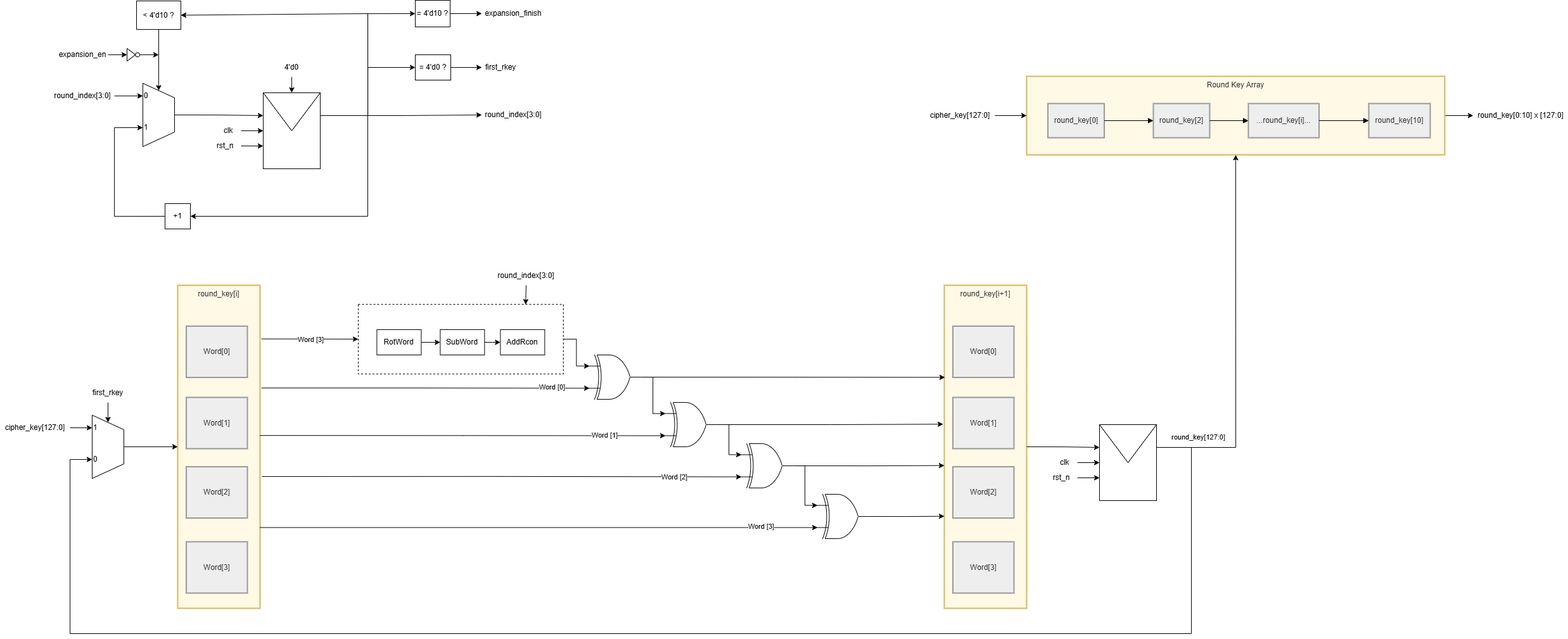
This is KeyExpansion/media/AESKeyExpansionLowDes.png from LQLManZz/AES128-Verilog, a draw.io export, as it was before one commit. Source tidied: cells renumbered, new cells last; positions are measured from the earlier drawing's top-left corner, leaving out a move shared by most shapes.
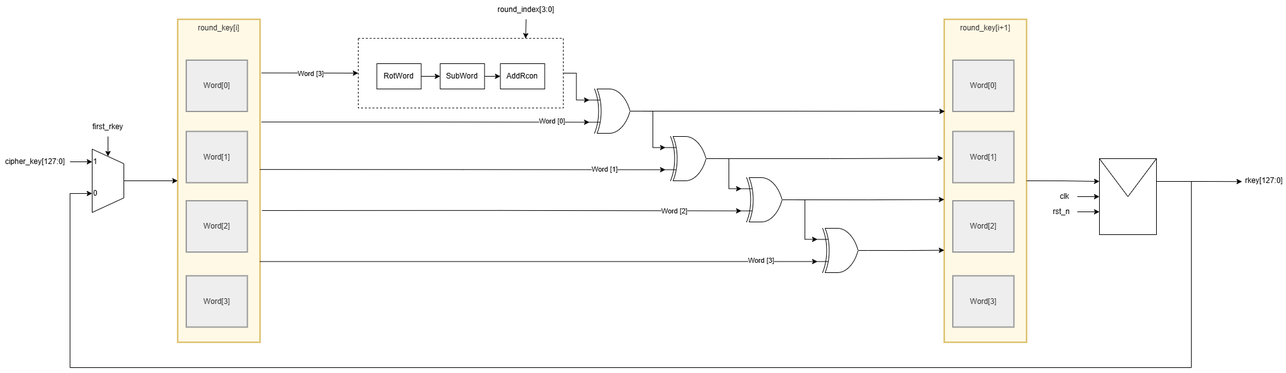
After the change.

Change to the diagram source:
```diff
@@ -2,39 +2,9 @@
   <root>
     <mxCell id="0" />
     <mxCell id="1" parent="0" />
-    <mxCell id="2" style="edgeStyle=orthogonalEdgeStyle;rounded=0;jettySize=auto;html=1;exitX=1;exitY=0.5;exitDx=0;exitDy=0;entryX=0;entryY=0.5;entryDx=0;entryDy=0;" parent="1" edge="1" source="3" target="12">
-      <mxGeometry relative="1" as="geometry" />
-    </mxCell>
-    <mxCell id="3" value="Round Key Array" style="whiteSpace=wrap;strokeWidth=2;verticalAlign=top;fillColor=#fff9e6;strokeColor=#d6b656;fontColor=light-dark(#333333,#cccccc);" parent="1" vertex="1">
-      <mxGeometry x="1620" y="120" width="660" height="124" as="geometry" />
-    </mxCell>
-    <mxCell id="4" value="round_key[0]" style="whiteSpace=wrap;strokeWidth=2;fillColor=light-dark(#eeeeee,#1f2020);strokeColor=light-dark(#999999,#cccccc);fontColor=light-dark(#333333,#cccccc);" parent="3" vertex="1">
-      <mxGeometry x="33.5" y="43" width="89" height="54" as="geometry" />
-    </mxCell>
-    <mxCell id="5" value="round_key[2]" style="whiteSpace=wrap;strokeWidth=2;fillColor=light-dark(#eeeeee,#1f2020);strokeColor=light-dark(#999999,#cccccc);fontColor=light-dark(#333333,#cccccc);" parent="3" vertex="1">
-      <mxGeometry x="200" y="43" width="89" height="54" as="geometry" />
-    </mxCell>
-    <mxCell id="6" value="...round_key[i]..." style="whiteSpace=wrap;strokeWidth=2;fillColor=light-dark(#eeeeee,#1f2020);strokeColor=light-dark(#999999,#cccccc);fontColor=light-dark(#333333,#cccccc);" parent="3" vertex="1">
-      <mxGeometry x="350" y="43" width="111.6" height="54" as="geometry" />
-    </mxCell>
-    <mxCell id="7" value="round_key[10]" style="whiteSpace=wrap;strokeWidth=2;fillColor=light-dark(#eeeeee,#1f2020);strokeColor=light-dark(#999999,#cccccc);fontColor=light-dark(#333333,#cccccc);" parent="3" vertex="1">
-      <mxGeometry x="540" y="43" width="97" height="54" as="geometry" />
-    </mxCell>
-    <mxCell id="8" style="curved=1;startArrow=none;endArrow=block;exitX=0.99;exitY=0.5;entryX=0;entryY=0.5;rounded=0;" parent="3" edge="1" source="4" target="5">
-      <mxGeometry relative="1" as="geometry" />
-    </mxCell>
-    <mxCell id="9" style="curved=1;startArrow=none;endArrow=block;exitX=1;exitY=0.5;entryX=0;entryY=0.5;rounded=0;" parent="3" edge="1" source="5" target="6">
-      <mxGeometry relative="1" as="geometry" />
-    </mxCell>
-    <mxCell id="10" style="curved=1;startArrow=none;endArrow=block;exitX=1;exitY=0.5;entryX=0;entryY=0.5;rounded=0;" parent="3" edge="1" source="6" target="7">
-      <mxGeometry relative="1" as="geometry" />
-    </mxCell>
     <mxCell id="11" style="verticalLabelPosition=bottom;shadow=0;dashed=0;align=center;html=1;verticalAlign=top;shape=mxgraph.electrical.logic_gates.logic_gate;operation=xor;" parent="1" vertex="1">
       <mxGeometry x="1050" y="635" width="80" height="70" as="geometry" />
     </mxCell>
-    <mxCell id="12" value="round_key[0:10] x [127:0]" style="text;html=1;whiteSpace=wrap;strokeColor=none;fillColor=none;align=center;verticalAlign=middle;rounded=0;" parent="1" vertex="1">
-      <mxGeometry x="2325" y="167" width="150" height="30" as="geometry" />
-    </mxCell>
     <mxCell id="13" style="verticalLabelPosition=bottom;shadow=0;dashed=0;align=center;html=1;verticalAlign=top;shape=mxgraph.electrical.logic_gates.logic_gate;operation=xor;" parent="1" vertex="1">
       <mxGeometry x="930" y="560" width="80" height="70" as="geometry" />
     </mxCell>
@@ -101,6 +71,11 @@
     <mxCell id="34" style="group;" parent="1" vertex="1">
       <mxGeometry x="1650" y="670" width="175" height="120" as="geometry" />
     </mxCell>
+    <mxCell id="113" style="edgeStyle=orthogonalEdgeStyle;rounded=0;jettySize=auto;html=1;exitX=1;exitY=0.3;exitDx=0;exitDy=0;" parent="34" edge="1" source="35">
+      <mxGeometry relative="1" as="geometry">
+        <mxPoint x="310" y="36.3" as="targetPoint" />
+      </mxGeometry>
+    </mxCell>
     <mxCell id="35" style="shape=message;html=1;html=1;outlineConnect=0;labelPosition=center;verticalLabelPosition=bottom;align=center;verticalAlign=top;" parent="34" vertex="1">
       <mxGeometry x="85" width="90" height="120" as="geometry" />
     </mxCell>
@@ -119,14 +94,6 @@
     <mxCell id="40" style="edgeStyle=orthogonalEdgeStyle;rounded=0;jettySize=auto;html=1;exitX=1;exitY=0.5;exitDx=0;exitDy=0;entryX=0;entryY=0.3;entryDx=0;entryDy=0;" parent="1" edge="1" source="29" target="35">
       <mxGeometry relative="1" as="geometry" />
     </mxCell>
-    <mxCell id="41" style="edgeStyle=orthogonalEdgeStyle;rounded=0;jettySize=auto;html=1;exitX=1;exitY=0.3;exitDx=0;exitDy=0;entryX=0.5;entryY=1;entryDx=0;entryDy=0;" parent="1" edge="1" source="35" target="3">
-      <mxGeometry relative="1" as="geometry" />
-    </mxCell>
-    <mxCell id="42" value="round_key[127:0]" style="edgeLabel;html=1;align=center;verticalAlign=middle;" parent="41" vertex="1">
-      <mxGeometry x="0.35" y="-1" relative="1" as="geometry">
-        <mxPoint x="-61" y="254" as="offset" />
-      </mxGeometry>
-    </mxCell>
     <mxCell id="43" style="group;" parent="1" vertex="1">
       <mxGeometry x="280" y="450" width="130" height="510" as="geometry" />
     </mxCell>
@@ -206,18 +173,6 @@
         </Array>
       </mxGeometry>
     </mxCell>
-    <mxCell id="65" style="edgeStyle=orthogonalEdgeStyle;rounded=0;jettySize=auto;html=1;exitX=1;exitY=0.5;exitDx=0;exitDy=0;entryX=0;entryY=0.5;entryDx=0;entryDy=0;" parent="1" edge="1" source="66" target="3">
-      <mxGeometry relative="1" as="geometry" />
-    </mxCell>
-    <mxCell id="66" value="cipher_key[127:0]" style="text;html=1;whiteSpace=wrap;strokeColor=none;fillColor=none;align=center;verticalAlign=middle;rounded=0;" parent="1" vertex="1">
-      <mxGeometry x="1460" y="167" width="110" height="30" as="geometry" />
-    </mxCell>
-    <mxCell id="67" style="edgeStyle=orthogonalEdgeStyle;rounded=0;jettySize=auto;html=1;exitX=1;exitY=0.5;exitDx=0;exitDy=0;entryX=0;entryY=0.5;entryDx=0;entryDy=0;" parent="1" edge="1" source="68" target="83">
-      <mxGeometry relative="1" as="geometry" />
-    </mxCell>
-    <mxCell id="68" value="round_index[3:0]" style="text;html=1;whiteSpace=wrap;strokeColor=none;fillColor=none;align=center;verticalAlign=middle;rounded=0;" parent="1" vertex="1">
-      <mxGeometry x="80" y="136" width="100" height="30" as="geometry" />
-    </mxCell>
     <mxCell id="69" style="verticalLabelPosition=middle;verticalAlign=middle;html=1;shape=trapezoid;perimeter=trapezoidPerimeter;whiteSpace=wrap;size=0.23;arcSize=10;flipV=1;labelPosition=center;align=center;legacyAnchorPoints=0;rotation=-90;" parent="1" vertex="1">
       <mxGeometry x="120" y="680" width="100" height="50" as="geometry" />
     </mxCell>
@@ -227,45 +182,12 @@
     <mxCell id="71" value="0" style="text;html=1;whiteSpace=wrap;strokeColor=none;fillColor=none;align=center;verticalAlign=middle;rounded=0;" parent="1" vertex="1">
       <mxGeometry x="145" y="715" width="10" height="20" as="geometry" />
     </mxCell>
-    <mxCell id="72" style="edgeStyle=orthogonalEdgeStyle;rounded=0;jettySize=auto;html=1;exitX=0.5;exitY=1;exitDx=0;exitDy=0;entryX=1;entryY=0.5;entryDx=0;entryDy=0;" parent="1" edge="1" source="73" target="82">
-      <mxGeometry relative="1" as="geometry" />
-    </mxCell>
-    <mxCell id="73" value="&amp;lt; 4'd10 ?" style="whiteSpace=wrap;html=1;" parent="1" vertex="1">
-      <mxGeometry x="215" y="1" width="70" height="45" as="geometry" />
-    </mxCell>
-    <mxCell id="74" style="edgeStyle=orthogonalEdgeStyle;rounded=0;jettySize=auto;html=1;" parent="1" edge="1" source="75" target="76">
-      <mxGeometry relative="1" as="geometry" />
-    </mxCell>
-    <mxCell id="75" value="= 4'd10 ?" style="whiteSpace=wrap;html=1;" parent="1" vertex="1">
-      <mxGeometry x="655" width="55" height="42" as="geometry" />
-    </mxCell>
-    <mxCell id="76" value="expansion_finish" style="text;html=1;whiteSpace=wrap;strokeColor=none;fillColor=none;align=center;verticalAlign=middle;rounded=0;" parent="1" vertex="1">
-      <mxGeometry x="760" y="6" width="100" height="30" as="geometry" />
-    </mxCell>
     <mxCell id="77" style="edgeStyle=orthogonalEdgeStyle;rounded=0;jettySize=auto;html=1;exitX=1;exitY=0.5;exitDx=0;exitDy=0;entryX=0;entryY=0.5;entryDx=0;entryDy=0;" parent="1" edge="1" source="78" target="70">
       <mxGeometry relative="1" as="geometry" />
     </mxCell>
     <mxCell id="78" value="cipher_key[127:0]" style="text;html=1;whiteSpace=wrap;strokeColor=none;fillColor=none;align=center;verticalAlign=middle;rounded=0;" parent="1" vertex="1">
       <mxGeometry y="660" width="110" height="30" as="geometry" />
     </mxCell>
-    <mxCell id="79" style="edgeStyle=orthogonalEdgeStyle;rounded=0;jettySize=auto;html=1;exitX=1;exitY=0.5;exitDx=0;exitDy=0;entryX=0;entryY=0.5;entryDx=0;entryDy=0;" parent="1" edge="1" source="80" target="106">
-      <mxGeometry relative="1" as="geometry" />
-    </mxCell>
-    <mxCell id="80" value="= 4'd0 ?" style="whiteSpace=wrap;html=1;" parent="1" vertex="1">
-      <mxGeometry x="655" y="86" width="56" height="40" as="geometry" />
-    </mxCell>
-    <mxCell id="81" style="group;flipH=0;legacyAnchorPoints=0;flipV=0;direction=west;" parent="1" vertex="1">
-      <mxGeometry x="200" y="141" width="100" height="70" as="geometry" />
-    </mxCell>
-    <mxCell id="82" style="verticalLabelPosition=middle;verticalAlign=middle;html=1;shape=trapezoid;perimeter=trapezoidPerimeter;whiteSpace=wrap;size=0.23;arcSize=10;flipV=1;labelPosition=center;align=center;legacyAnchorPoints=0;rotation=-90;" parent="81" vertex="1">
-      <mxGeometry y="15" width="100" height="50" as="geometry" />
-    </mxCell>
-    <mxCell id="83" value="0" style="text;html=1;whiteSpace=wrap;strokeColor=none;fillColor=none;align=center;verticalAlign=middle;rounded=0;" parent="81" vertex="1">
-      <mxGeometry x="25" width="10" height="20" as="geometry" />
-    </mxCell>
-    <mxCell id="84" value="1" style="text;html=1;whiteSpace=wrap;strokeColor=none;fillColor=none;align=center;verticalAlign=middle;rounded=0;" parent="81" vertex="1">
-      <mxGeometry x="25" y="50" width="10" height="20" as="geometry" />
-    </mxCell>
     <mxCell id="85" style="edgeStyle=orthogonalEdgeStyle;rounded=0;jettySize=auto;html=1;exitX=0.5;exitY=1;exitDx=0;exitDy=0;entryX=1;entryY=0.5;entryDx=0;entryDy=0;" parent="1" edge="1" source="86" target="69">
       <mxGeometry relative="1" as="geometry" />
     </mxCell>
@@ -278,94 +200,8 @@
     <mxCell id="88" style="edgeStyle=orthogonalEdgeStyle;rounded=0;jettySize=auto;html=1;exitX=0.5;exitY=1;exitDx=0;exitDy=0;entryX=0.816;entryY=0.003;entryDx=0;entryDy=0;entryPerimeter=0;" parent="1" edge="1" source="87" target="16">
       <mxGeometry relative="1" as="geometry" />
     </mxCell>
-    <mxCell id="89" style="group;" parent="1" vertex="1">
-      <mxGeometry x="330" y="146" width="175" height="120" as="geometry" />
-    </mxCell>
-    <mxCell id="90" style="shape=message;html=1;html=1;outlineConnect=0;labelPosition=center;verticalLabelPosition=bottom;align=center;verticalAlign=top;" parent="89" vertex="1">
-      <mxGeometry x="85" width="90" height="120" as="geometry" />
-    </mxCell>
-    <mxCell id="91" style="edgeStyle=orthogonalEdgeStyle;rounded=0;jettySize=auto;html=1;exitX=1;exitY=0.5;exitDx=0;exitDy=0;entryX=0;entryY=0.5;entryDx=0;entryDy=0;" parent="89" edge="1" source="92" target="90">
-      <mxGeometry relative="1" as="geometry" />
-    </mxCell>
-    <mxCell id="92" value="clk" style="text;html=1;whiteSpace=wrap;strokeColor=none;fillColor=none;align=center;verticalAlign=middle;rounded=0;" parent="89" vertex="1">
-      <mxGeometry x="10" y="42" width="40" height="36" as="geometry" />
-    </mxCell>
-    <mxCell id="93" style="edgeStyle=orthogonalEdgeStyle;rounded=0;jettySize=auto;html=1;exitX=1;exitY=0.5;exitDx=0;exitDy=0;entryX=0;entryY=0.7;entryDx=0;entryDy=0;" parent="89" edge="1" source="94" target="90">
-      <mxGeometry relative="1" as="geometry" />
-    </mxCell>
-    <mxCell id="94" value="rst_n" style="text;html=1;whiteSpace=wrap;strokeColor=none;fillColor=none;align=center;verticalAlign=middle;rounded=0;" parent="89" vertex="1">
-      <mxGeometry y="66" width="50" height="36" as="geometry" />
-    </mxCell>
-    <mxCell id="95" style="edgeStyle=orthogonalEdgeStyle;rounded=0;jettySize=auto;html=1;exitX=0.5;exitY=0;exitDx=0;exitDy=0;entryX=0;entryY=0.3;entryDx=0;entryDy=0;" parent="1" edge="1" source="82" target="90">
-      <mxGeometry relative="1" as="geometry" />
-    </mxCell>
-    <mxCell id="96" style="edgeStyle=orthogonalEdgeStyle;rounded=0;jettySize=auto;html=1;exitX=0.5;exitY=1;exitDx=0;exitDy=0;entryX=0.5;entryY=0;entryDx=0;entryDy=0;" parent="1" edge="1" source="97" target="90">
-      <mxGeometry relative="1" as="geometry" />
-    </mxCell>
-    <mxCell id="97" value="4'd0" style="text;html=1;whiteSpace=wrap;strokeColor=none;fillColor=none;align=center;verticalAlign=middle;rounded=0;" parent="1" vertex="1">
-      <mxGeometry x="440" y="91" width="40" height="30" as="geometry" />
-    </mxCell>
-    <mxCell id="98" value="round_index[3:0]" style="text;html=1;whiteSpace=wrap;strokeColor=none;fillColor=none;align=center;verticalAlign=middle;rounded=0;" parent="1" vertex="1">
-      <mxGeometry x="760" y="166" width="100" height="30" as="geometry" />
-    </mxCell>
-    <mxCell id="99" style="edgeStyle=orthogonalEdgeStyle;rounded=0;jettySize=auto;html=1;exitX=1;exitY=0.3;exitDx=0;exitDy=0;entryX=0;entryY=0.5;entryDx=0;entryDy=0;" parent="1" edge="1" source="90" target="98">
-      <mxGeometry relative="1" as="geometry" />
-    </mxCell>
-    <mxCell id="100" style="edgeStyle=orthogonalEdgeStyle;rounded=0;jettySize=auto;html=1;exitX=0;exitY=0.5;exitDx=0;exitDy=0;entryX=0;entryY=0.5;entryDx=0;entryDy=0;" parent="1" edge="1" source="101" target="84">
-      <mxGeometry relative="1" as="geometry">
-        <Array as="points">
-          <mxPoint x="180" y="341" />
-          <mxPoint x="180" y="201" />
-        </Array>
-      </mxGeometry>
-    </mxCell>
-    <mxCell id="101" value="+1" style="whiteSpace=wrap;html=1;" parent="1" vertex="1">
-      <mxGeometry x="260" y="321" width="40" height="40" as="geometry" />
-    </mxCell>
-    <mxCell id="102" style="endArrow=classic;html=1;rounded=0;entryX=1;entryY=0.5;entryDx=0;entryDy=0;" parent="1" edge="1" target="101">
-      <mxGeometry relative="1" as="geometry">
-        <mxPoint x="580" y="181" as="sourcePoint" />
-        <Array as="points">
-          <mxPoint x="580" y="341" />
-        </Array>
-      </mxGeometry>
-    </mxCell>
-    <mxCell id="103" style="endArrow=classic;html=1;rounded=0;entryX=1;entryY=0.5;entryDx=0;entryDy=0;" parent="1" edge="1" target="73">
-      <mxGeometry relative="1" as="geometry">
-        <mxPoint x="580" y="181" as="sourcePoint" />
-        <Array as="points">
-          <mxPoint x="580" y="21" />
-        </Array>
-      </mxGeometry>
-    </mxCell>
-    <mxCell id="104" style="edgeStyle=orthogonalEdgeStyle;rounded=0;jettySize=auto;html=1;exitX=1;exitY=0.3;exitDx=0;exitDy=0;entryX=0;entryY=0.5;entryDx=0;entryDy=0;" parent="1" edge="1" source="90" target="80">
-      <mxGeometry relative="1" as="geometry" />
-    </mxCell>
-    <mxCell id="105" style="edgeStyle=orthogonalEdgeStyle;rounded=0;jettySize=auto;html=1;exitX=1;exitY=0.3;exitDx=0;exitDy=0;entryX=0;entryY=0.5;entryDx=0;entryDy=0;" parent="1" edge="1" source="90" target="75">
-      <mxGeometry relative="1" as="geometry" />
-    </mxCell>
-    <mxCell id="106" value="first_rkey" style="text;html=1;whiteSpace=wrap;strokeColor=none;fillColor=none;align=center;verticalAlign=middle;rounded=0;" parent="1" vertex="1">
-      <mxGeometry x="760" y="91" width="60" height="30" as="geometry" />
-    </mxCell>
-    <mxCell id="107" style="edgeStyle=orthogonalEdgeStyle;rounded=0;jettySize=auto;html=1;exitX=1;exitY=0.5;exitDx=0;exitDy=0;entryX=0;entryY=0.5;entryDx=0;entryDy=0;fontFamily=Helvetica;fontSize=12;fontColor=default;" parent="1" edge="1" source="108" target="110">
-      <mxGeometry relative="1" as="geometry" />
-    </mxCell>
-    <mxCell id="108" value="expansion_en" style="text;html=1;whiteSpace=wrap;strokeColor=none;fillColor=none;align=center;verticalAlign=middle;rounded=0;" parent="1" vertex="1">
-      <mxGeometry x="90" y="71" width="80" height="30" as="geometry" />
-    </mxCell>
-    <mxCell id="109" style="group;" parent="1" vertex="1">
-      <mxGeometry x="200" y="76" width="20" height="20" as="geometry" />
-    </mxCell>
-    <mxCell id="110" style="triangle;whiteSpace=wrap;html=1;" parent="109" vertex="1">
-      <mxGeometry width="13.3" height="20" as="geometry" />
-    </mxCell>
-    <mxCell id="111" style="edgeStyle=orthogonalEdgeStyle;rounded=0;jettySize=auto;html=1;exitX=1;exitY=0.5;exitDx=0;exitDy=0;fontFamily=Helvetica;fontSize=12;fontColor=default;" parent="109" edge="1" source="112">
-      <mxGeometry relative="1" as="geometry">
-        <mxPoint x="50" y="10" as="targetPoint" />
-      </mxGeometry>
-    </mxCell>
-    <mxCell id="112" style="ellipse;whiteSpace=wrap;html=1;" parent="109" vertex="1">
-      <mxGeometry x="13.3" y="6.7" width="6.7" height="6.7" as="geometry" />
-    </mxCell>
+    <mxCell id="114" value="rkey[127:0]" style="text;html=1;whiteSpace=wrap;strokeColor=none;fillColor=none;align=center;verticalAlign=middle;rounded=0;" parent="1" vertex="1">
+      <mxGeometry x="1960" y="690" width="70" height="30" as="geometry" />
+    </mxCell>
   </root>
 </mxGraphModel>
```
